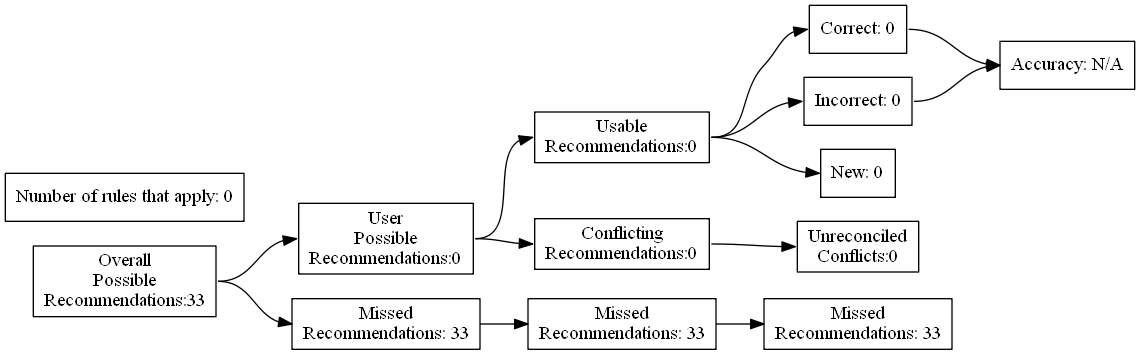
Before: test_renders/52.gv.png, a diagram exported from Graphviz (ZaxR/ibd_diet_analysis). Its source is kept beside it as test_renders/52.gv.
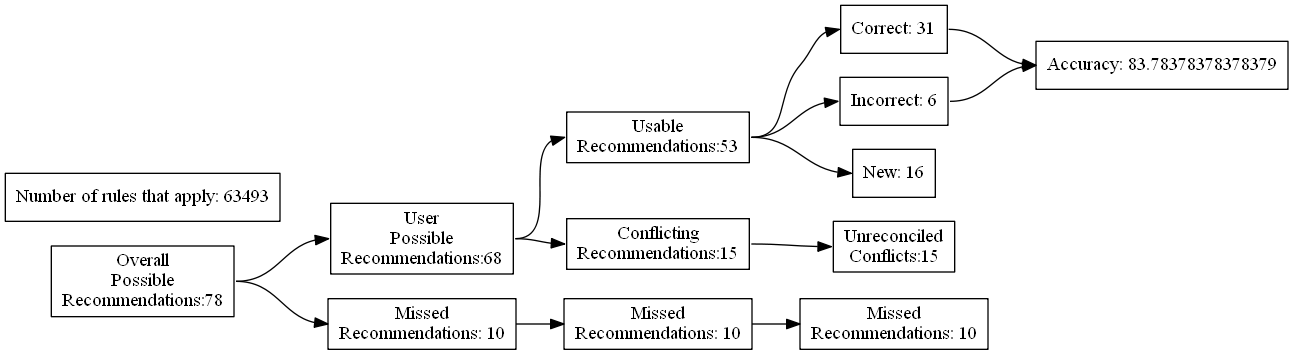
Later version of the same file.

Diff of the diagram source:
```diff
@@ -4,27 +4,27 @@
 	edge [headport=w tailport=e]
 		A [label="Overall
 Possible
-Recommendations:33"]
+Recommendations:78"]
 		B [label="User
 Possible
-Recommendations:0"]
+Recommendations:68"]
 		C [label="Missed
-Recommendations: 33"]
+Recommendations: 10"]
 		D [label="Usable
-Recommendations:0"]
+Recommendations:53"]
 		E [label="Conflicting
-Recommendations:0"]
+Recommendations:15"]
 		J [label="Missed
-Recommendations: 33"]
+Recommendations: 10"]
 		M [label="Unreconciled
-Conflicts:0"]
-		F [label="Correct: 0"]
-		G [label="Incorrect: 0"]
-		H [label="New: 0"]
+Conflicts:15"]
+		F [label="Correct: 31"]
+		G [label="Incorrect: 6"]
+		H [label="New: 16"]
 		K [label="Missed
-Recommendations: 33"]
-		I [label="Accuracy: N/A"]
-		l [label="Number of rules that apply: 0"]
+Recommendations: 10"]
+		I [label="Accuracy: 83.78378378378379"]
+		l [label="Number of rules that apply: 63493"]
 			A -> B
 			A -> C
 			B -> D
```
